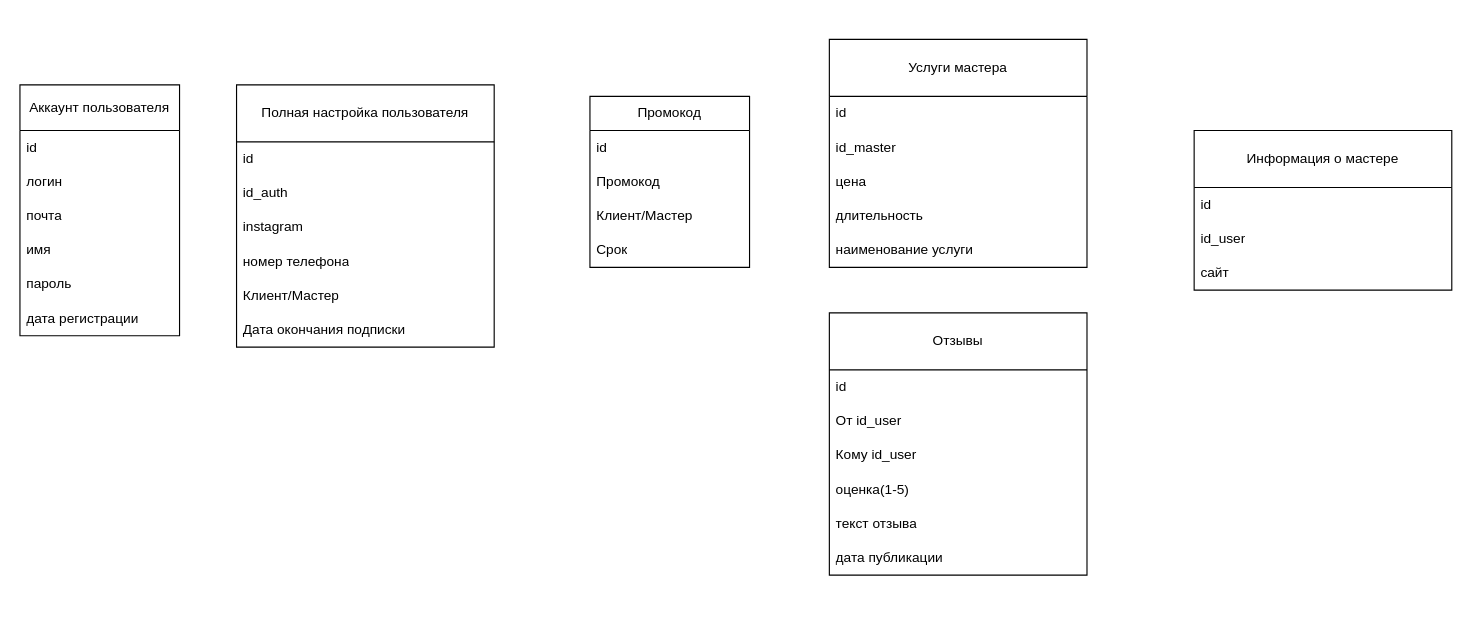
Before: DDS.drawio in SpirikStar/ElectronicJournal-, a draw.io diagram. Source tidied: cells renumbered, new cells numbered last; positions are measured from the earlier drawing's top-left corner, leaving out a move shared by most shapes. Both pictures are drawn from the tidied source at 114%, with x=0, y=0 at pixel (19, 39).
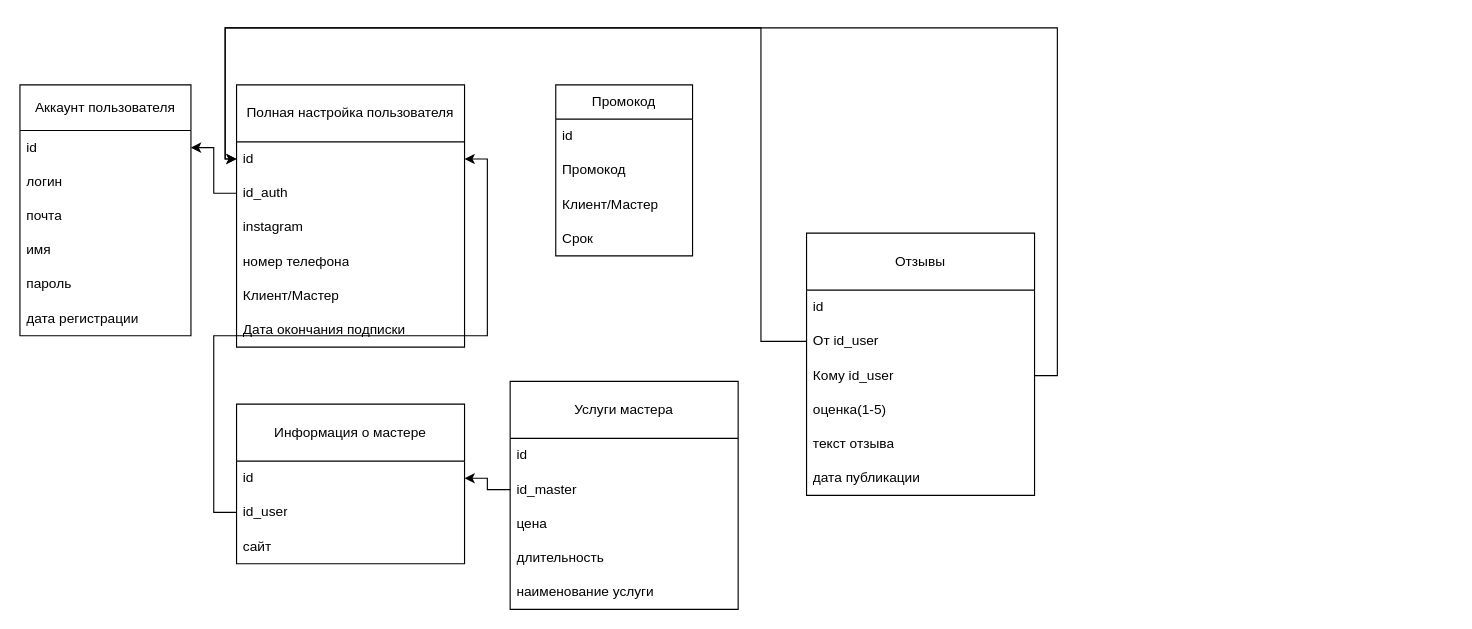
Above is the later version.

What changed in the source:
```diff
@@
     <mxCell id="2" value="Аккаунт пользователя" style="swimlane;fontStyle=0;horizontal=1;startSize=40;whiteSpace=wrap;html=1;" parent="1" vertex="1">
-      <mxGeometry y="40" width="140" height="220" as="geometry" />
+      <mxGeometry y="40" width="150" height="220" as="geometry" />
     </mxCell>
     <mxCell id="3" value="id" style="text;strokeColor=none;fillColor=none;align=left;verticalAlign=middle;spacingLeft=4;spacingRight=4;overflow=hidden;points=[[0,0.5],[1,0.5]];portConstraint=eastwest;whiteSpace=wrap;html=1;" parent="2" vertex="1">
-      <mxGeometry y="40" width="140" height="30" as="geometry" />
+      <mxGeometry y="40" width="150" height="30" as="geometry" />
     </mxCell>
     <mxCell id="4" value="логин" style="text;strokeColor=none;fillColor=none;align=left;verticalAlign=middle;spacingLeft=4;spacingRight=4;overflow=hidden;whiteSpace=wrap;html=1;" parent="2" vertex="1">
-      <mxGeometry y="70" width="140" height="30" as="geometry" />
+      <mxGeometry y="70" width="150" height="30" as="geometry" />
     </mxCell>
     <mxCell id="5" value="почта" style="text;strokeColor=none;fillColor=none;align=left;verticalAlign=middle;spacingLeft=4;spacingRight=4;overflow=hidden;whiteSpace=wrap;html=1;" parent="2" vertex="1">
-      <mxGeometry y="100" width="140" height="30" as="geometry" />
+      <mxGeometry y="100" width="150" height="30" as="geometry" />
     </mxCell>
     <mxCell id="6" value="имя" style="text;strokeColor=none;fillColor=none;align=left;verticalAlign=middle;spacingLeft=4;spacingRight=4;overflow=hidden;whiteSpace=wrap;html=1;" parent="2" vertex="1">
-      <mxGeometry y="130" width="140" height="30" as="geometry" />
+      <mxGeometry y="130" width="150" height="30" as="geometry" />
     </mxCell>
     <mxCell id="7" value="пароль" style="text;strokeColor=none;fillColor=none;align=left;verticalAlign=middle;spacingLeft=4;spacingRight=4;overflow=hidden;whiteSpace=wrap;html=1;" parent="2" vertex="1">
-      <mxGeometry y="160" width="140" height="30" as="geometry" />
+      <mxGeometry y="160" width="150" height="30" as="geometry" />
     </mxCell>
     <mxCell id="8" value="дата регистрации" style="text;strokeColor=none;fillColor=none;align=left;verticalAlign=middle;spacingLeft=4;spacingRight=4;overflow=hidden;whiteSpace=wrap;html=1;" parent="2" vertex="1">
-      <mxGeometry y="190" width="140" height="30" as="geometry" />
+      <mxGeometry y="190" width="150" height="30" as="geometry" />
     </mxCell>
     <mxCell id="9" value="Полная настройка пользователя" style="swimlane;fontStyle=0;horizontal=1;startSize=50;whiteSpace=wrap;html=1;" parent="1" vertex="1">
-      <mxGeometry x="190" y="40" width="226" height="230" as="geometry" />
+      <mxGeometry x="190" y="40" width="200" height="230" as="geometry" />
     </mxCell>
     <mxCell id="10" value="id" style="text;strokeColor=none;fillColor=none;align=left;verticalAlign=middle;spacingLeft=4;spacingRight=4;overflow=hidden;points=[[0,0.5],[1,0.5]];portConstraint=eastwest;whiteSpace=wrap;html=1;" parent="9" vertex="1">
-      <mxGeometry y="50" width="226" height="30" as="geometry" />
+      <mxGeometry y="50" width="200" height="30" as="geometry" />
     </mxCell>
     <mxCell id="11" value="id_auth" style="text;strokeColor=none;fillColor=none;align=left;verticalAlign=middle;spacingLeft=4;spacingRight=4;overflow=hidden;points=[[0,0.5],[1,0.5]];portConstraint=eastwest;whiteSpace=wrap;html=1;" parent="9" vertex="1">
-      <mxGeometry y="80" width="226" height="30" as="geometry" />
+      <mxGeometry y="80" width="200" height="30" as="geometry" />
     </mxCell>
     <mxCell id="12" value="instagram" style="text;strokeColor=none;fillColor=none;align=left;verticalAlign=middle;spacingLeft=4;spacingRight=4;overflow=hidden;whiteSpace=wrap;html=1;" parent="9" vertex="1">
-      <mxGeometry y="110" width="226" height="30" as="geometry" />
+      <mxGeometry y="110" width="200" height="30" as="geometry" />
     </mxCell>
     <mxCell id="13" value="номер телефона" style="text;strokeColor=none;fillColor=none;align=left;verticalAlign=middle;spacingLeft=4;spacingRight=4;overflow=hidden;whiteSpace=wrap;html=1;" parent="9" vertex="1">
-      <mxGeometry y="140" width="226" height="30" as="geometry" />
+      <mxGeometry y="140" width="200" height="30" as="geometry" />
     </mxCell>
     <mxCell id="14" value="Клиент/Мастер" style="text;strokeColor=none;fillColor=none;align=left;verticalAlign=middle;spacingLeft=4;spacingRight=4;overflow=hidden;whiteSpace=wrap;html=1;" parent="9" vertex="1">
-      <mxGeometry y="170" width="226" height="30" as="geometry" />
+      <mxGeometry y="170" width="200" height="30" as="geometry" />
     </mxCell>
     <mxCell id="15" value="Дата окончания подписки" style="text;strokeColor=none;fillColor=none;align=left;verticalAlign=middle;spacingLeft=4;spacingRight=4;overflow=hidden;whiteSpace=wrap;html=1;" parent="9" vertex="1">
-      <mxGeometry y="200" width="226" height="30" as="geometry" />
+      <mxGeometry y="200" width="200" height="30" as="geometry" />
     </mxCell>
     <mxCell id="16" value="Промокод" style="swimlane;fontStyle=0;horizontal=1;startSize=30;whiteSpace=wrap;html=1;" parent="1" vertex="1">
-      <mxGeometry x="500" y="50" width="140" height="150" as="geometry" />
+      <mxGeometry x="470" y="40" width="120" height="150" as="geometry" />
     </mxCell>
     <mxCell id="17" value="id" style="text;strokeColor=none;fillColor=none;align=left;verticalAlign=middle;spacingLeft=4;spacingRight=4;overflow=hidden;whiteSpace=wrap;html=1;" parent="16" vertex="1">
-      <mxGeometry y="30" width="140" height="30" as="geometry" />
+      <mxGeometry y="30" width="120" height="30" as="geometry" />
     </mxCell>
     <mxCell id="18" value="Промокод" style="text;strokeColor=none;fillColor=none;align=left;verticalAlign=middle;spacingLeft=4;spacingRight=4;overflow=hidden;whiteSpace=wrap;html=1;" parent="16" vertex="1">
-      <mxGeometry y="60" width="140" height="30" as="geometry" />
+      <mxGeometry y="60" width="120" height="30" as="geometry" />
     </mxCell>
     <mxCell id="19" value="Клиент/Мастер" style="text;strokeColor=none;fillColor=none;align=left;verticalAlign=middle;spacingLeft=4;spacingRight=4;overflow=hidden;whiteSpace=wrap;html=1;" parent="16" vertex="1">
-      <mxGeometry y="90" width="140" height="30" as="geometry" />
+      <mxGeometry y="90" width="120" height="30" as="geometry" />
     </mxCell>
     <mxCell id="20" value="Срок" style="text;strokeColor=none;fillColor=none;align=left;verticalAlign=middle;spacingLeft=4;spacingRight=4;overflow=hidden;whiteSpace=wrap;html=1;" parent="16" vertex="1">
-      <mxGeometry y="120" width="140" height="30" as="geometry" />
+      <mxGeometry y="120" width="120" height="30" as="geometry" />
     </mxCell>
     <mxCell id="21" value="Отзывы" style="swimlane;fontStyle=0;horizontal=1;startSize=50;whiteSpace=wrap;html=1;" parent="1" vertex="1">
-      <mxGeometry x="710" y="240" width="226" height="230" as="geometry" />
+      <mxGeometry x="690" y="170" width="200" height="230" as="geometry" />
     </mxCell>
     <mxCell id="22" value="id" style="text;strokeColor=none;fillColor=none;align=left;verticalAlign=middle;spacingLeft=4;spacingRight=4;overflow=hidden;whiteSpace=wrap;html=1;" parent="21" vertex="1">
-      <mxGeometry y="50" width="226" height="30" as="geometry" />
+      <mxGeometry y="50" width="200" height="30" as="geometry" />
     </mxCell>
     <mxCell id="23" value="От id_user" style="text;strokeColor=none;fillColor=none;align=left;verticalAlign=middle;spacingLeft=4;spacingRight=4;overflow=hidden;points=[[0,0.5],[1,0.5]];portConstraint=eastwest;whiteSpace=wrap;html=1;" parent="21" vertex="1">
-      <mxGeometry y="80" width="226" height="30" as="geometry" />
+      <mxGeometry y="80" width="200" height="30" as="geometry" />
     </mxCell>
     <mxCell id="24" value="Кому id_user" style="text;strokeColor=none;fillColor=none;align=left;verticalAlign=middle;spacingLeft=4;spacingRight=4;overflow=hidden;points=[[0,0.5],[1,0.5]];portConstraint=eastwest;whiteSpace=wrap;html=1;" parent="21" vertex="1">
-      <mxGeometry y="110" width="226" height="30" as="geometry" />
+      <mxGeometry y="110" width="200" height="30" as="geometry" />
     </mxCell>
     <mxCell id="25" value="оценка(1-5)" style="text;strokeColor=none;fillColor=none;align=left;verticalAlign=middle;spacingLeft=4;spacingRight=4;overflow=hidden;whiteSpace=wrap;html=1;" parent="21" vertex="1">
-      <mxGeometry y="140" width="226" height="30" as="geometry" />
+      <mxGeometry y="140" width="200" height="30" as="geometry" />
     </mxCell>
     <mxCell id="26" value="текст отзыва" style="text;strokeColor=none;fillColor=none;align=left;verticalAlign=middle;spacingLeft=4;spacingRight=4;overflow=hidden;whiteSpace=wrap;html=1;" parent="21" vertex="1">
-      <mxGeometry y="170" width="226" height="30" as="geometry" />
+      <mxGeometry y="170" width="200" height="30" as="geometry" />
     </mxCell>
     <mxCell id="27" value="дата публикации" style="text;strokeColor=none;fillColor=none;align=left;verticalAlign=middle;spacingLeft=4;spacingRight=4;overflow=hidden;whiteSpace=wrap;html=1;" parent="21" vertex="1">
-      <mxGeometry y="200" width="226" height="30" as="geometry" />
+      <mxGeometry y="200" width="200" height="30" as="geometry" />
     </mxCell>
     <mxCell id="28" value="Услуги мастера" style="swimlane;fontStyle=0;horizontal=1;startSize=50;whiteSpace=wrap;html=1;" parent="1" vertex="1">
-      <mxGeometry x="710" width="226" height="200" as="geometry" />
+      <mxGeometry x="430" y="300" width="200" height="200" as="geometry" />
     </mxCell>
     <mxCell id="29" value="id" style="text;strokeColor=none;fillColor=none;align=left;verticalAlign=middle;spacingLeft=4;spacingRight=4;overflow=hidden;whiteSpace=wrap;html=1;" parent="28" vertex="1">
-      <mxGeometry y="50" width="226" height="30" as="geometry" />
+      <mxGeometry y="50" width="200" height="30" as="geometry" />
     </mxCell>
     <mxCell id="30" value="id_master" style="text;strokeColor=none;fillColor=none;align=left;verticalAlign=middle;spacingLeft=4;spacingRight=4;overflow=hidden;points=[[0,0.5],[1,0.5]];portConstraint=eastwest;whiteSpace=wrap;html=1;" parent="28" vertex="1">
-      <mxGeometry y="80" width="226" height="30" as="geometry" />
+      <mxGeometry y="80" width="200" height="30" as="geometry" />
     </mxCell>
     <mxCell id="31" value="цена" style="text;strokeColor=none;fillColor=none;align=left;verticalAlign=middle;spacingLeft=4;spacingRight=4;overflow=hidden;whiteSpace=wrap;html=1;" parent="28" vertex="1">
-      <mxGeometry y="110" width="226" height="30" as="geometry" />
+      <mxGeometry y="110" width="200" height="30" as="geometry" />
     </mxCell>
     <mxCell id="32" value="длительность" style="text;strokeColor=none;fillColor=none;align=left;verticalAlign=middle;spacingLeft=4;spacingRight=4;overflow=hidden;whiteSpace=wrap;html=1;" parent="28" vertex="1">
-      <mxGeometry y="140" width="226" height="30" as="geometry" />
+      <mxGeometry y="140" width="200" height="30" as="geometry" />
     </mxCell>
     <mxCell id="33" value="наименование услуги" style="text;strokeColor=none;fillColor=none;align=left;verticalAlign=middle;spacingLeft=4;spacingRight=4;overflow=hidden;whiteSpace=wrap;html=1;" parent="28" vertex="1">
-      <mxGeometry y="170" width="226" height="30" as="geometry" />
+      <mxGeometry y="170" width="200" height="30" as="geometry" />
     </mxCell>
     <mxCell id="34" value="Информация о мастере" style="swimlane;fontStyle=0;horizontal=1;startSize=50;whiteSpace=wrap;html=1;" parent="1" vertex="1">
-      <mxGeometry x="1030" y="80" width="226" height="140" as="geometry" />
+      <mxGeometry x="190" y="320" width="200" height="140" as="geometry" />
     </mxCell>
     <mxCell id="35" value="id" style="text;strokeColor=none;fillColor=none;align=left;verticalAlign=middle;spacingLeft=4;spacingRight=4;overflow=hidden;points=[[0,0.5],[1,0.5]];portConstraint=eastwest;whiteSpace=wrap;html=1;" parent="34" vertex="1">
-      <mxGeometry y="50" width="226" height="30" as="geometry" />
+      <mxGeometry y="50" width="200" height="30" as="geometry" />
     </mxCell>
     <mxCell id="36" value="id_user" style="text;strokeColor=none;fillColor=none;align=left;verticalAlign=middle;spacingLeft=4;spacingRight=4;overflow=hidden;points=[[0,0.5],[1,0.5]];portConstraint=eastwest;whiteSpace=wrap;html=1;" parent="34" vertex="1">
-      <mxGeometry y="80" width="226" height="30" as="geometry" />
+      <mxGeometry y="80" width="200" height="30" as="geometry" />
     </mxCell>
     <mxCell id="37" value="сайт" style="text;strokeColor=none;fillColor=none;align=left;verticalAlign=middle;spacingLeft=4;spacingRight=4;overflow=hidden;whiteSpace=wrap;html=1;" parent="34" vertex="1">
-      <mxGeometry y="110" width="226" height="30" as="geometry" />
+      <mxGeometry y="110" width="200" height="30" as="geometry" />
     </mxCell>
+    <mxCell id="38" style="edgeStyle=orthogonalEdgeStyle;rounded=0;jettySize=auto;html=1;exitX=0;exitY=0.5;exitDx=0;exitDy=0;fontColor=#080808;" parent="1" edge="1" source="11" target="3">
+      <mxGeometry relative="1" as="geometry" />
+    </mxCell>
+    <mxCell id="39" style="edgeStyle=orthogonalEdgeStyle;rounded=0;jettySize=auto;html=1;exitX=0;exitY=0.5;exitDx=0;exitDy=0;entryX=1;entryY=0.5;entryDx=0;entryDy=0;fontColor=#080808;" parent="1" edge="1" source="36" target="10">
+      <mxGeometry relative="1" as="geometry" />
+    </mxCell>
+    <mxCell id="40" style="edgeStyle=orthogonalEdgeStyle;rounded=0;jettySize=auto;html=1;exitX=0;exitY=0.5;exitDx=0;exitDy=0;entryX=1;entryY=0.5;entryDx=0;entryDy=0;fontColor=#080808;" parent="1" edge="1" source="30" target="35">
+      <mxGeometry relative="1" as="geometry" />
+    </mxCell>
+    <mxCell id="41" style="edgeStyle=orthogonalEdgeStyle;rounded=0;jettySize=auto;html=1;exitX=0;exitY=0.5;exitDx=0;exitDy=0;entryX=0;entryY=0.5;entryDx=0;entryDy=0;fontColor=#080808;" parent="1" edge="1" source="23" target="10">
+      <mxGeometry relative="1" as="geometry">
+        <Array as="points">
+          <mxPoint x="650" y="265" />
+          <mxPoint x="650" y="-10" />
+          <mxPoint x="180" y="-10" />
+          <mxPoint x="180" y="105" />
+        </Array>
+      </mxGeometry>
+    </mxCell>
+    <mxCell id="42" style="edgeStyle=orthogonalEdgeStyle;rounded=0;jettySize=auto;html=1;exitX=1;exitY=0.5;exitDx=0;exitDy=0;entryX=0;entryY=0.5;entryDx=0;entryDy=0;fontColor=#080808;" parent="1" edge="1" source="24" target="10">
+      <mxGeometry relative="1" as="geometry">
+        <Array as="points">
+          <mxPoint x="910" y="295" />
+          <mxPoint x="910" y="-10" />
+          <mxPoint x="180" y="-10" />
+          <mxPoint x="180" y="105" />
+        </Array>
+      </mxGeometry>
+    </mxCell>
```
